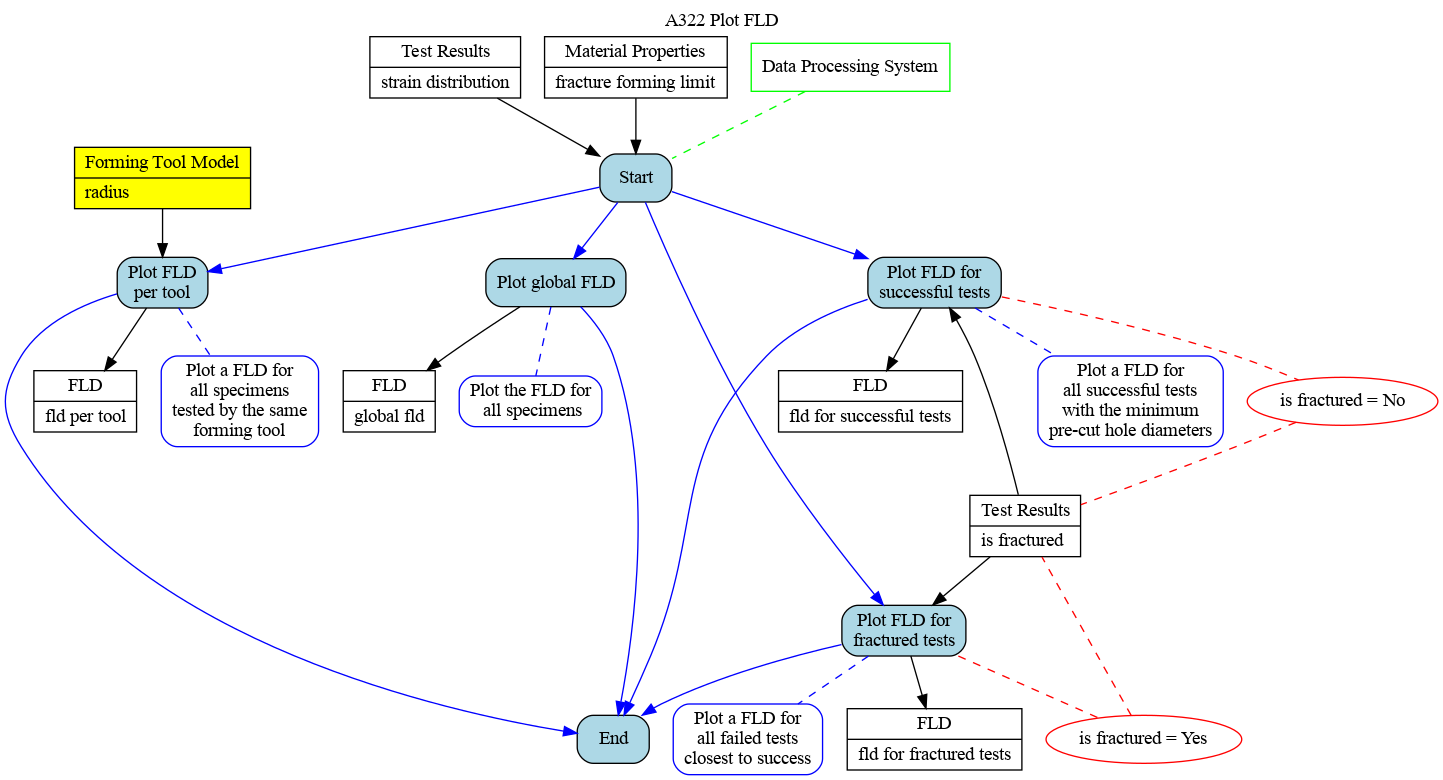
Earlier version of the Graphviz export Ontology_Layer/Behaviour_Model/09_A322.gv.png (ModelsforManufacturing/hole-flanging-by-SPIF-in-a-single-stage). Its source is kept beside it as Ontology_Layer/Behaviour_Model/09_A322.gv.
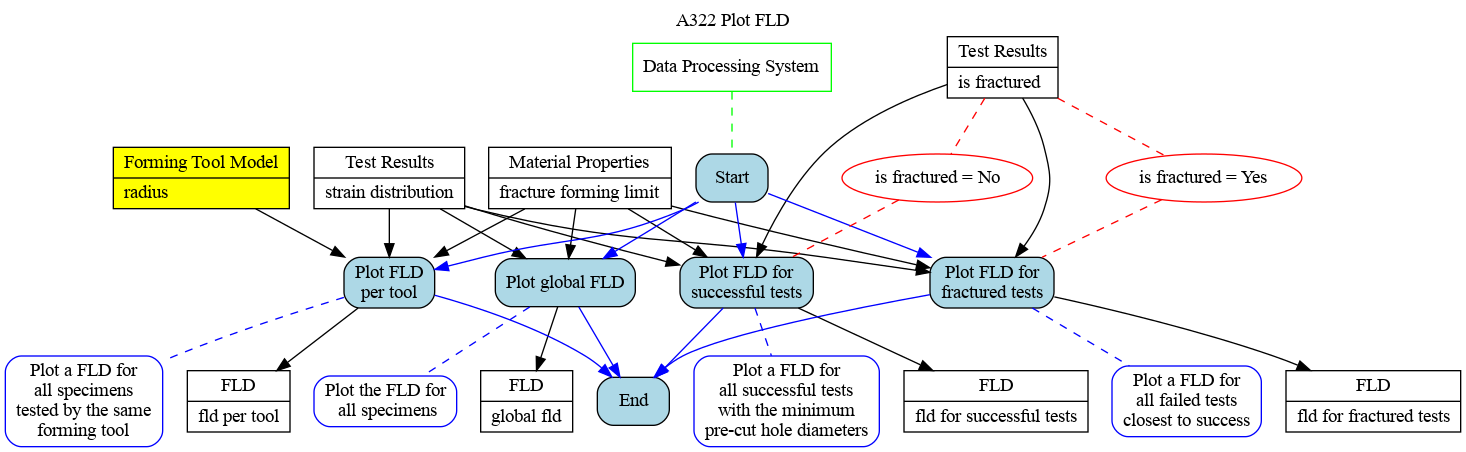
Later version of the same file.

Change to the diagram source:
```diff
@@ -43,17 +43,16 @@
 m1 -> Start
 
 edge [dir=forward, color=black, fontcolor=black, style=solid]
-{str, prop} -> Start
-t1 -> fld
-tool -> t2 -> fld_tool
-frac -> t3 -> fld_succ
-frac -> t4 -> fld_fail
+{str, prop} -> t1 -> fld
+{str, prop, tool} -> t2 -> fld_tool
+{str, prop, frac} -> t3 -> fld_succ
+{str, prop, frac} -> t4 -> fld_fail
 
 node [shape=ellipse, style=filled, fillcolor=white, color=red]
 c1 [label="is fractured = No"]
 c2 [label="is fractured = Yes"]
 
 edge [dir=none, color=red, style=dashed]
-t3 -> c1 -> frac
-t4 -> c2 -> frac
+frac -> c1 -> t3
+frac -> c2 -> t4
 }
```
